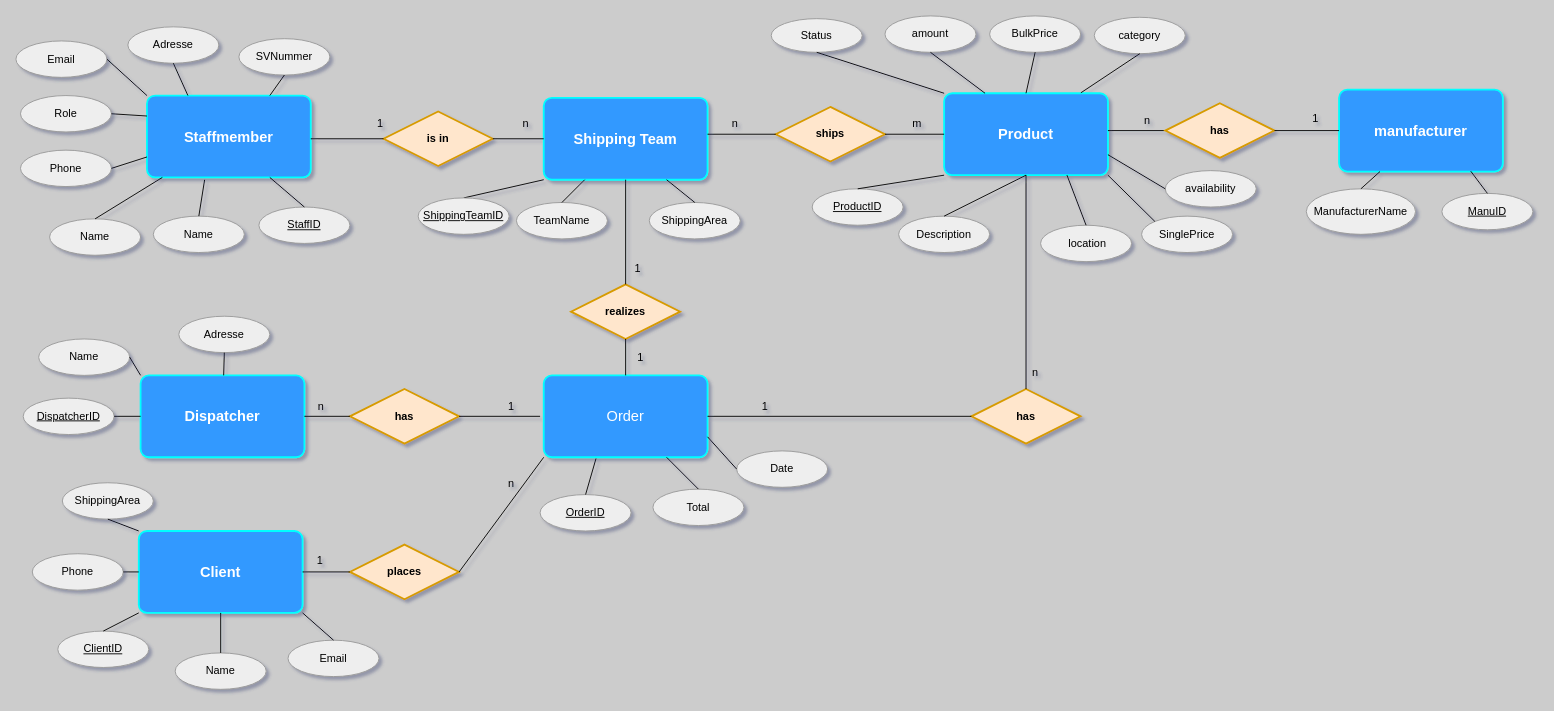
Above: re_diagram.drawio in CodeFactoryWien/WF-Java-05 (draw.io), before the change. Source tidied: cells renumbered, new cells numbered last; positions are measured from the earlier drawing's top-left corner, leaving out a move shared by most shapes. Both pictures are drawn from the tidied source at 91%, with x=0, y=0 at pixel (15, 15).
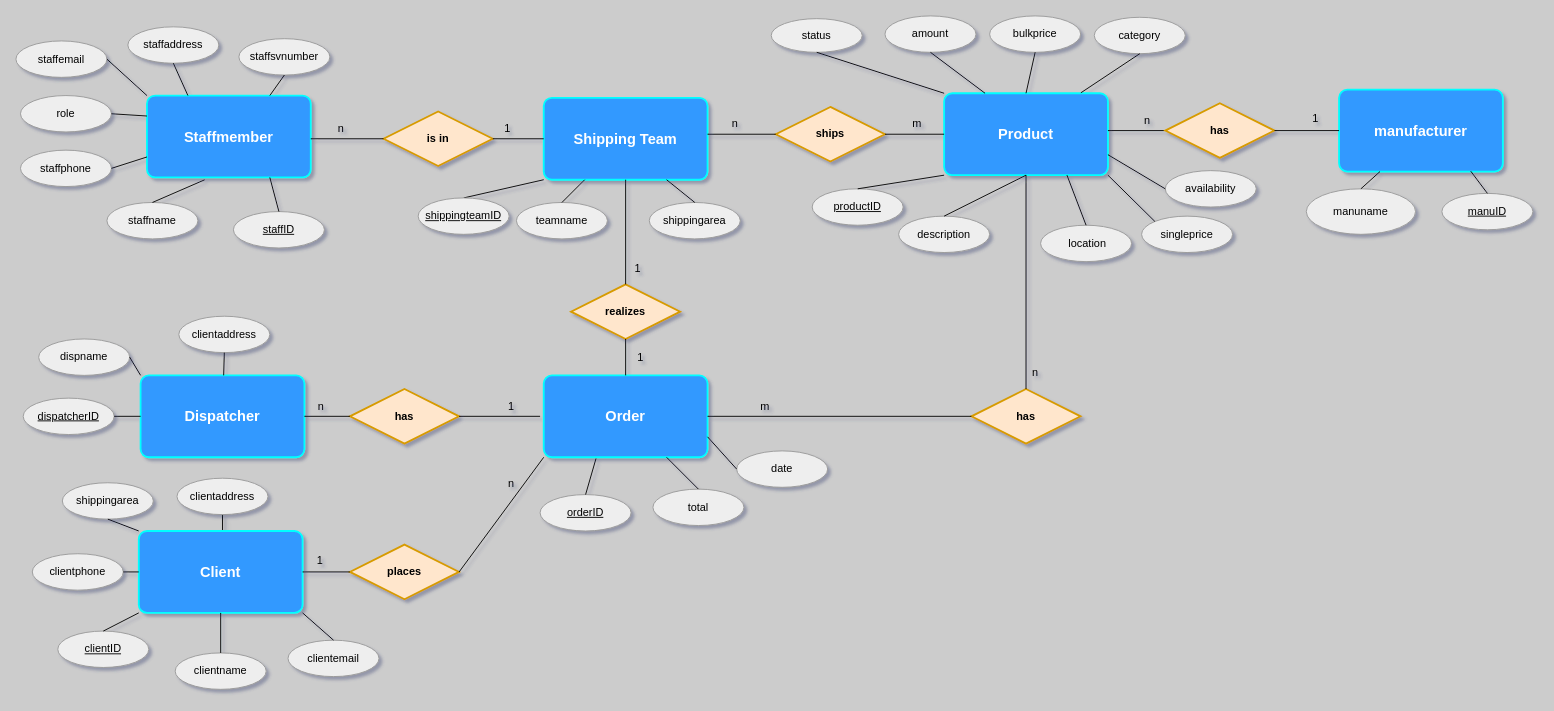
After the change.

Unchanged cells that the change refers to:
```xml
<mxCell id="10" value="&lt;b&gt;&lt;font style=&quot;font-size: 16px&quot; color=&quot;#ffffff&quot;&gt;Staffmember&lt;/font&gt;&lt;/b&gt;" style="rounded=1;arcSize=10;whiteSpace=wrap;html=1;align=center;fillColor=#3399FF;strokeColor=#00FFFF;gradientColor=none;strokeWidth=2;fixDash=0;shadow=0;" parent="1" vertex="1">
  <mxGeometry x="144" y="87.5" width="180" height="90" as="geometry" />
</mxCell>
<mxCell id="21" value="Client" style="rounded=1;arcSize=10;whiteSpace=wrap;html=1;align=center;strokeColor=#00FFFF;strokeWidth=2;fillColor=#3399FF;gradientColor=none;fontSize=16;fontColor=#FFFFFF;fontStyle=1;fixDash=0;shadow=0;" parent="1" vertex="1">
  <mxGeometry x="135" y="566" width="180" height="90" as="geometry" />
</mxCell>
```

Diff of the diagram source:
```diff
@@
-    <mxCell id="3" value="&lt;u&gt;ProductID&lt;/u&gt;" style="ellipse;whiteSpace=wrap;html=1;align=center;shadow=0;strokeColor=#999999;fillColor=#eeeeee;fixDash=0;" parent="1" vertex="1">
+    <mxCell id="3" value="&lt;u&gt;productID&lt;/u&gt;" style="ellipse;whiteSpace=wrap;html=1;align=center;shadow=0;strokeColor=#999999;fillColor=#eeeeee;fixDash=0;" parent="1" vertex="1">
       <mxGeometry x="875" y="190" width="100" height="40" as="geometry" />
     </mxCell>
-    <mxCell id="4" value="BulkPrice" style="ellipse;whiteSpace=wrap;html=1;align=center;shadow=0;strokeColor=#999999;fillColor=#eeeeee;fixDash=0;" parent="1" vertex="1">
+    <mxCell id="4" value="bulkprice" style="ellipse;whiteSpace=wrap;html=1;align=center;shadow=0;strokeColor=#999999;fillColor=#eeeeee;fixDash=0;" parent="1" vertex="1">
       <mxGeometry x="1070" width="100" height="40" as="geometry" />
     </mxCell>
-    <mxCell id="5" value="SinglePrice" style="ellipse;whiteSpace=wrap;html=1;align=center;shadow=0;strokeColor=#999999;fillColor=#eeeeee;fixDash=0;" parent="1" vertex="1">
+    <mxCell id="5" value="singleprice" style="ellipse;whiteSpace=wrap;html=1;align=center;shadow=0;strokeColor=#999999;fillColor=#eeeeee;fixDash=0;" parent="1" vertex="1">
       <mxGeometry x="1237" y="220" width="100" height="40" as="geometry" />
     </mxCell>
@@
-    <mxCell id="9" value="Description" style="ellipse;whiteSpace=wrap;html=1;align=center;shadow=0;strokeColor=#999999;fillColor=#eeeeee;fixDash=0;" parent="1" vertex="1">
+    <mxCell id="9" value="description" style="ellipse;whiteSpace=wrap;html=1;align=center;shadow=0;strokeColor=#999999;fillColor=#eeeeee;fixDash=0;" parent="1" vertex="1">
       <mxGeometry x="970" y="220" width="100" height="40" as="geometry" />
     </mxCell>
@@
-    <mxCell id="11" value="&lt;u&gt;StaffID&lt;/u&gt;" style="ellipse;whiteSpace=wrap;html=1;align=center;shadow=0;strokeColor=#999999;fillColor=#eeeeee;fixDash=0;" parent="1" vertex="1">
-      <mxGeometry x="267" y="210" width="100" height="40" as="geometry" />
+    <mxCell id="11" value="&lt;u&gt;staffID&lt;/u&gt;" style="ellipse;whiteSpace=wrap;html=1;align=center;shadow=0;strokeColor=#999999;fillColor=#eeeeee;fixDash=0;" parent="1" vertex="1">
+      <mxGeometry x="239" y="215" width="100" height="40" as="geometry" />
     </mxCell>
-    <mxCell id="12" value="Role" style="ellipse;whiteSpace=wrap;html=1;align=center;shadow=0;strokeColor=#999999;fillColor=#eeeeee;fixDash=0;" parent="1" vertex="1">
+    <mxCell id="12" value="role" style="ellipse;whiteSpace=wrap;html=1;align=center;shadow=0;strokeColor=#999999;fillColor=#eeeeee;fixDash=0;" parent="1" vertex="1">
       <mxGeometry x="5" y="87.5" width="100" height="40" as="geometry" />
     </mxCell>
@@
-    <mxCell id="14" value="TeamName" style="ellipse;whiteSpace=wrap;html=1;align=center;shadow=0;strokeColor=#999999;fillColor=#eeeeee;fixDash=0;" parent="1" vertex="1">
+    <mxCell id="14" value="teamname" style="ellipse;whiteSpace=wrap;html=1;align=center;shadow=0;strokeColor=#999999;fillColor=#eeeeee;fixDash=0;" parent="1" vertex="1">
       <mxGeometry x="550" y="205" width="100" height="40" as="geometry" />
     </mxCell>
@@
-    <mxCell id="16" value="Order" style="rounded=1;arcSize=10;whiteSpace=wrap;html=1;align=center;strokeColor=#00FFFF;strokeWidth=2;fillColor=#3399FF;gradientColor=none;fontSize=16;fontColor=#FFFFFF;fixDash=0;shadow=0;" parent="1" vertex="1">
+    <mxCell id="16" value="&lt;b&gt;Order&lt;/b&gt;" style="rounded=1;arcSize=10;whiteSpace=wrap;html=1;align=center;strokeColor=#00FFFF;strokeWidth=2;fillColor=#3399FF;gradientColor=none;fontSize=16;fontColor=#FFFFFF;fixDash=0;shadow=0;" parent="1" vertex="1">
       <mxGeometry x="580" y="395" width="180" height="90" as="geometry" />
     </mxCell>
-    <mxCell id="17" value="Status" style="ellipse;whiteSpace=wrap;html=1;align=center;shadow=0;strokeColor=#999999;fillColor=#eeeeee;fixDash=0;" parent="1" vertex="1">
+    <mxCell id="17" value="status" style="ellipse;whiteSpace=wrap;html=1;align=center;shadow=0;strokeColor=#999999;fillColor=#eeeeee;fixDash=0;" parent="1" vertex="1">
       <mxGeometry x="830" y="3" width="100" height="37" as="geometry" />
     </mxCell>
-    <mxCell id="18" value="Total" style="ellipse;whiteSpace=wrap;html=1;align=center;shadow=0;strokeColor=#999999;fillColor=#eeeeee;fixDash=0;" parent="1" vertex="1">
+    <mxCell id="18" value="total" style="ellipse;whiteSpace=wrap;html=1;align=center;shadow=0;strokeColor=#999999;fillColor=#eeeeee;fixDash=0;" parent="1" vertex="1">
       <mxGeometry x="700" y="520" width="100" height="40" as="geometry" />
     </mxCell>
-    <mxCell id="19" value="Date" style="ellipse;whiteSpace=wrap;html=1;align=center;shadow=0;strokeColor=#999999;fillColor=#eeeeee;fixDash=0;" parent="1" vertex="1">
+    <mxCell id="19" value="date" style="ellipse;whiteSpace=wrap;html=1;align=center;shadow=0;strokeColor=#999999;fillColor=#eeeeee;fixDash=0;" parent="1" vertex="1">
       <mxGeometry x="792" y="478" width="100" height="40" as="geometry" />
     </mxCell>
-    <mxCell id="20" value="&lt;u&gt;OrderID&lt;/u&gt;" style="ellipse;whiteSpace=wrap;html=1;align=center;shadow=0;strokeColor=#999999;fillColor=#eeeeee;fixDash=0;" parent="1" vertex="1">
+    <mxCell id="20" value="&lt;u&gt;orderID&lt;/u&gt;" style="ellipse;whiteSpace=wrap;html=1;align=center;shadow=0;strokeColor=#999999;fillColor=#eeeeee;fixDash=0;" parent="1" vertex="1">
       <mxGeometry x="576" y="526" width="100" height="40" as="geometry" />
     </mxCell>
+    <mxCell id="110" style="edgeStyle=orthogonalEdgeStyle;rounded=0;jettySize=auto;html=1;exitX=0.5;exitY=0;exitDx=0;exitDy=0;entryX=0.5;entryY=1;entryDx=0;entryDy=0;shadow=1;fontSize=16;fontColor=#FFFFFF;endArrow=none;endFill=0;" parent="1" edge="1" source="21" target="111">
+      <mxGeometry relative="1" as="geometry" />
+    </mxCell>
@@
-    <mxCell id="22" value="&lt;u&gt;ClientID&lt;/u&gt;" style="ellipse;whiteSpace=wrap;html=1;align=center;shadow=0;strokeColor=#999999;fillColor=#eeeeee;fixDash=0;" parent="1" vertex="1">
+    <mxCell id="22" value="&lt;u&gt;clientID&lt;/u&gt;" style="ellipse;whiteSpace=wrap;html=1;align=center;shadow=0;strokeColor=#999999;fillColor=#eeeeee;fixDash=0;" parent="1" vertex="1">
       <mxGeometry x="46" y="676" width="100" height="40" as="geometry" />
     </mxCell>
-    <mxCell id="23" value="Name" style="ellipse;whiteSpace=wrap;html=1;align=center;shadow=0;strokeColor=#999999;fillColor=#eeeeee;fixDash=0;" parent="1" vertex="1">
+    <mxCell id="23" value="clientname" style="ellipse;whiteSpace=wrap;html=1;align=center;shadow=0;strokeColor=#999999;fillColor=#eeeeee;fixDash=0;" parent="1" vertex="1">
       <mxGeometry x="175" y="700" width="100" height="40" as="geometry" />
     </mxCell>
-    <mxCell id="24" value="Adresse" style="ellipse;whiteSpace=wrap;html=1;align=center;shadow=0;strokeColor=#999999;fillColor=#eeeeee;fixDash=0;" parent="1" vertex="1">
+    <mxCell id="24" value="clientaddress" style="ellipse;whiteSpace=wrap;html=1;align=center;shadow=0;strokeColor=#999999;fillColor=#eeeeee;fixDash=0;" parent="1" vertex="1">
       <mxGeometry x="179" y="330" width="100" height="40" as="geometry" />
     </mxCell>
-    <mxCell id="25" value="Email" style="ellipse;whiteSpace=wrap;html=1;align=center;shadow=0;strokeColor=#999999;fillColor=#eeeeee;fixDash=0;" parent="1" vertex="1">
+    <mxCell id="25" value="clientemail" style="ellipse;whiteSpace=wrap;html=1;align=center;shadow=0;strokeColor=#999999;fillColor=#eeeeee;fixDash=0;" parent="1" vertex="1">
       <mxGeometry x="299" y="686" width="100" height="40" as="geometry" />
     </mxCell>
-    <mxCell id="26" value="Phone" style="ellipse;whiteSpace=wrap;html=1;align=center;shadow=0;strokeColor=#999999;fillColor=#eeeeee;fixDash=0;" parent="1" vertex="1">
+    <mxCell id="26" value="clientphone" style="ellipse;whiteSpace=wrap;html=1;align=center;shadow=0;strokeColor=#999999;fillColor=#eeeeee;fixDash=0;" parent="1" vertex="1">
       <mxGeometry x="18" y="591" width="100" height="40" as="geometry" />
     </mxCell>
-    <mxCell id="27" value="Name" style="ellipse;whiteSpace=wrap;html=1;align=center;shadow=0;strokeColor=#999999;fillColor=#eeeeee;fixDash=0;" parent="1" vertex="1">
-      <mxGeometry x="151" y="220" width="100" height="40" as="geometry" />
+    <mxCell id="27" value="staffname" style="ellipse;whiteSpace=wrap;html=1;align=center;shadow=0;strokeColor=#999999;fillColor=#eeeeee;fixDash=0;" parent="1" vertex="1">
+      <mxGeometry x="100" y="205" width="100" height="40" as="geometry" />
     </mxCell>
-    <mxCell id="28" value="ShippingArea" style="ellipse;whiteSpace=wrap;html=1;align=center;shadow=0;strokeColor=#999999;fillColor=#eeeeee;fixDash=0;" parent="1" vertex="1">
+    <mxCell id="28" value="shippingarea" style="ellipse;whiteSpace=wrap;html=1;align=center;shadow=0;strokeColor=#999999;fillColor=#eeeeee;fixDash=0;" parent="1" vertex="1">
       <mxGeometry x="51" y="513" width="100" height="40" as="geometry" />
     </mxCell>
@@
-    <mxCell id="30" value="ShippingArea" style="ellipse;whiteSpace=wrap;html=1;align=center;shadow=0;strokeColor=#999999;fillColor=#eeeeee;fixDash=0;" parent="1" vertex="1">
+    <mxCell id="30" value="shippingarea" style="ellipse;whiteSpace=wrap;html=1;align=center;shadow=0;strokeColor=#999999;fillColor=#eeeeee;fixDash=0;" parent="1" vertex="1">
       <mxGeometry x="696" y="205" width="100" height="40" as="geometry" />
     </mxCell>
-    <mxCell id="31" value="&lt;u&gt;DispatcherID&lt;/u&gt;" style="ellipse;whiteSpace=wrap;html=1;align=center;shadow=0;strokeColor=#999999;fillColor=#eeeeee;fixDash=0;" parent="1" vertex="1">
+    <mxCell id="31" value="&lt;u&gt;dispatcherID&lt;/u&gt;" style="ellipse;whiteSpace=wrap;html=1;align=center;shadow=0;strokeColor=#999999;fillColor=#eeeeee;fixDash=0;" parent="1" vertex="1">
       <mxGeometry x="8" y="420" width="100" height="40" as="geometry" />
     </mxCell>
-    <mxCell id="32" value="Name" style="ellipse;whiteSpace=wrap;html=1;align=center;shadow=0;strokeColor=#999999;fillColor=#eeeeee;fixDash=0;" parent="1" vertex="1">
+    <mxCell id="32" value="dispname" style="ellipse;whiteSpace=wrap;html=1;align=center;shadow=0;strokeColor=#999999;fillColor=#eeeeee;fixDash=0;" parent="1" vertex="1">
       <mxGeometry x="25" y="355" width="100" height="40" as="geometry" />
     </mxCell>
-    <mxCell id="33" value="Name" style="ellipse;whiteSpace=wrap;html=1;align=center;shadow=0;strokeColor=#999999;fillColor=#eeeeee;fixDash=0;" parent="1" vertex="1">
-      <mxGeometry x="37" y="223" width="100" height="40" as="geometry" />
-    </mxCell>
-    <mxCell id="34" value="Adresse" style="ellipse;whiteSpace=wrap;html=1;align=center;shadow=0;strokeColor=#999999;fillColor=#eeeeee;fixDash=0;" parent="1" vertex="1">
+    <mxCell id="34" value="staffaddress" style="ellipse;whiteSpace=wrap;html=1;align=center;shadow=0;strokeColor=#999999;fillColor=#eeeeee;fixDash=0;" parent="1" vertex="1">
       <mxGeometry x="123" y="12" width="100" height="40" as="geometry" />
     </mxCell>
-    <mxCell id="35" value="Email" style="ellipse;whiteSpace=wrap;html=1;align=center;shadow=0;strokeColor=#999999;fillColor=#eeeeee;fixDash=0;" parent="1" vertex="1">
+    <mxCell id="35" value="staffemail" style="ellipse;whiteSpace=wrap;html=1;align=center;shadow=0;strokeColor=#999999;fillColor=#eeeeee;fixDash=0;" parent="1" vertex="1">
       <mxGeometry y="27.5" width="100" height="40" as="geometry" />
     </mxCell>
-    <mxCell id="36" value="Phone" style="ellipse;whiteSpace=wrap;html=1;align=center;shadow=0;strokeColor=#999999;fillColor=#eeeeee;fixDash=0;" parent="1" vertex="1">
+    <mxCell id="36" value="staffphone" style="ellipse;whiteSpace=wrap;html=1;align=center;shadow=0;strokeColor=#999999;fillColor=#eeeeee;fixDash=0;" parent="1" vertex="1">
       <mxGeometry x="5" y="147.5" width="100" height="40" as="geometry" />
     </mxCell>
-    <mxCell id="37" value="SVNummer" style="ellipse;whiteSpace=wrap;html=1;align=center;fillColor=#eeeeee;strokeColor=#999999;perimeterSpacing=0;shadow=0;fixDash=0;" parent="1" vertex="1">
+    <mxCell id="37" value="staffsvnumber" style="ellipse;whiteSpace=wrap;html=1;align=center;fillColor=#eeeeee;strokeColor=#999999;perimeterSpacing=0;shadow=0;fixDash=0;" parent="1" vertex="1">
       <mxGeometry x="245" y="25" width="100" height="40" as="geometry" />
     </mxCell>
@@
     <mxCell id="40" value="1" style="text;html=1;align=center;verticalAlign=middle;fixDash=0;shadow=0;" parent="1" vertex="1">
-      <mxGeometry x="390" y="108.5" width="20" height="20" as="geometry" />
+      <mxGeometry x="530" y="114" width="20" height="20" as="geometry" />
     </mxCell>
     <mxCell id="41" value="n" style="text;html=1;align=center;verticalAlign=middle;fixDash=0;shadow=0;" parent="1" vertex="1">
-      <mxGeometry x="550" y="108.5" width="20" height="20" as="geometry" />
+      <mxGeometry x="347" y="114" width="20" height="20" as="geometry" />
     </mxCell>
@@
-    <mxCell id="45" style="endArrow=none;html=1;rounded=0;entryX=0.5;entryY=0;entryDx=0;entryDy=0;fixDash=0;shadow=0;" parent="1" edge="1" source="10" target="33">
-      <mxGeometry relative="1" as="geometry" />
-    </mxCell>
@@
-    <mxCell id="82" value="1" style="text;html=1;align=center;verticalAlign=middle;fixDash=0;shadow=0;" parent="1" vertex="1">
-      <mxGeometry x="813" y="420" width="20" height="20" as="geometry" />
+    <mxCell id="82" value="m" style="text;html=1;align=center;verticalAlign=middle;fixDash=0;shadow=0;" parent="1" vertex="1">
+      <mxGeometry x="813" y="421" width="20" height="18" as="geometry" />
     </mxCell>
@@
-    <mxCell id="105" value="ManufacturerName" style="ellipse;whiteSpace=wrap;html=1;align=center;shadow=0;strokeColor=#999999;fillColor=#eeeeee;fixDash=0;" parent="1" vertex="1">
+    <mxCell id="105" value="manuname" style="ellipse;whiteSpace=wrap;html=1;align=center;shadow=0;strokeColor=#999999;fillColor=#eeeeee;fixDash=0;" parent="1" vertex="1">
       <mxGeometry x="1418" y="190" width="120" height="50" as="geometry" />
     </mxCell>
@@
-    <mxCell id="107" value="&lt;u&gt;ManuID&lt;/u&gt;" style="ellipse;whiteSpace=wrap;html=1;align=center;shadow=0;strokeColor=#999999;fillColor=#eeeeee;fixDash=0;" parent="1" vertex="1">
+    <mxCell id="107" value="&lt;u&gt;manuID&lt;/u&gt;" style="ellipse;whiteSpace=wrap;html=1;align=center;shadow=0;strokeColor=#999999;fillColor=#eeeeee;fixDash=0;" parent="1" vertex="1">
       <mxGeometry x="1567" y="195" width="100" height="40" as="geometry" />
     </mxCell>
@@
-    <mxCell id="109" value="&lt;u&gt;ShippingTeamID&lt;/u&gt;" style="ellipse;whiteSpace=wrap;html=1;align=center;shadow=0;strokeColor=#999999;fillColor=#eeeeee;fixDash=0;" parent="1" vertex="1">
+    <mxCell id="109" value="&lt;u&gt;shippingteamID&lt;/u&gt;" style="ellipse;whiteSpace=wrap;html=1;align=center;shadow=0;strokeColor=#999999;fillColor=#eeeeee;fixDash=0;" parent="1" vertex="1">
       <mxGeometry x="442" y="200" width="100" height="40" as="geometry" />
     </mxCell>
+    <mxCell id="111" value="clientaddress" style="ellipse;whiteSpace=wrap;html=1;align=center;shadow=0;strokeColor=#999999;fillColor=#eeeeee;fixDash=0;" parent="1" vertex="1">
+      <mxGeometry x="177" y="508" width="100" height="40" as="geometry" />
+    </mxCell>
```
